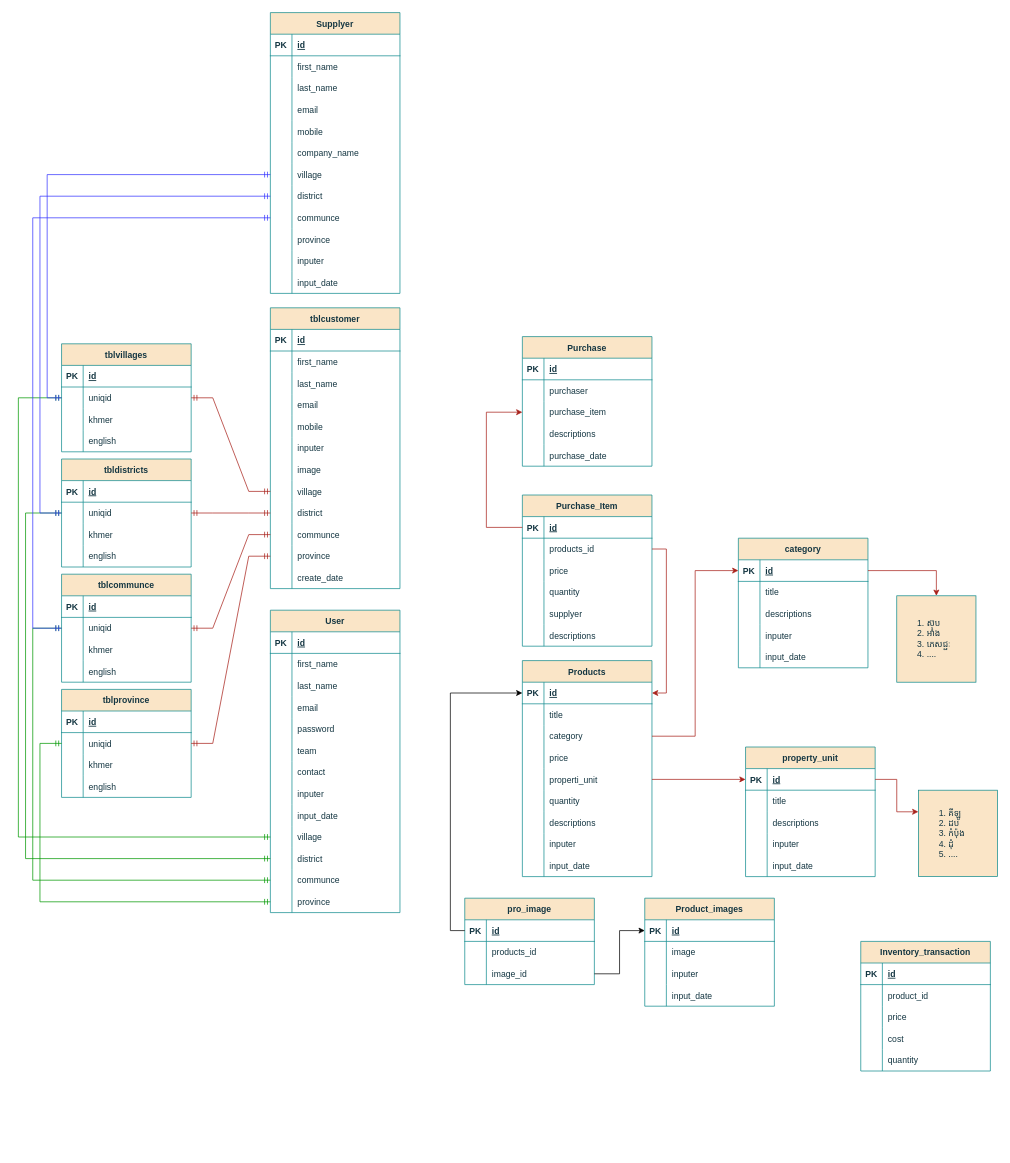
Above: restaurants_online.drawio in Vechet-khem/restaurants_online (draw.io), before the change. Source tidied: cells renumbered, new cells numbered last; positions are measured from the earlier drawing's top-left corner, leaving out a move shared by most shapes. Both pictures are drawn from the tidied source at 72%, with x=0, y=0 at pixel (18, 12).
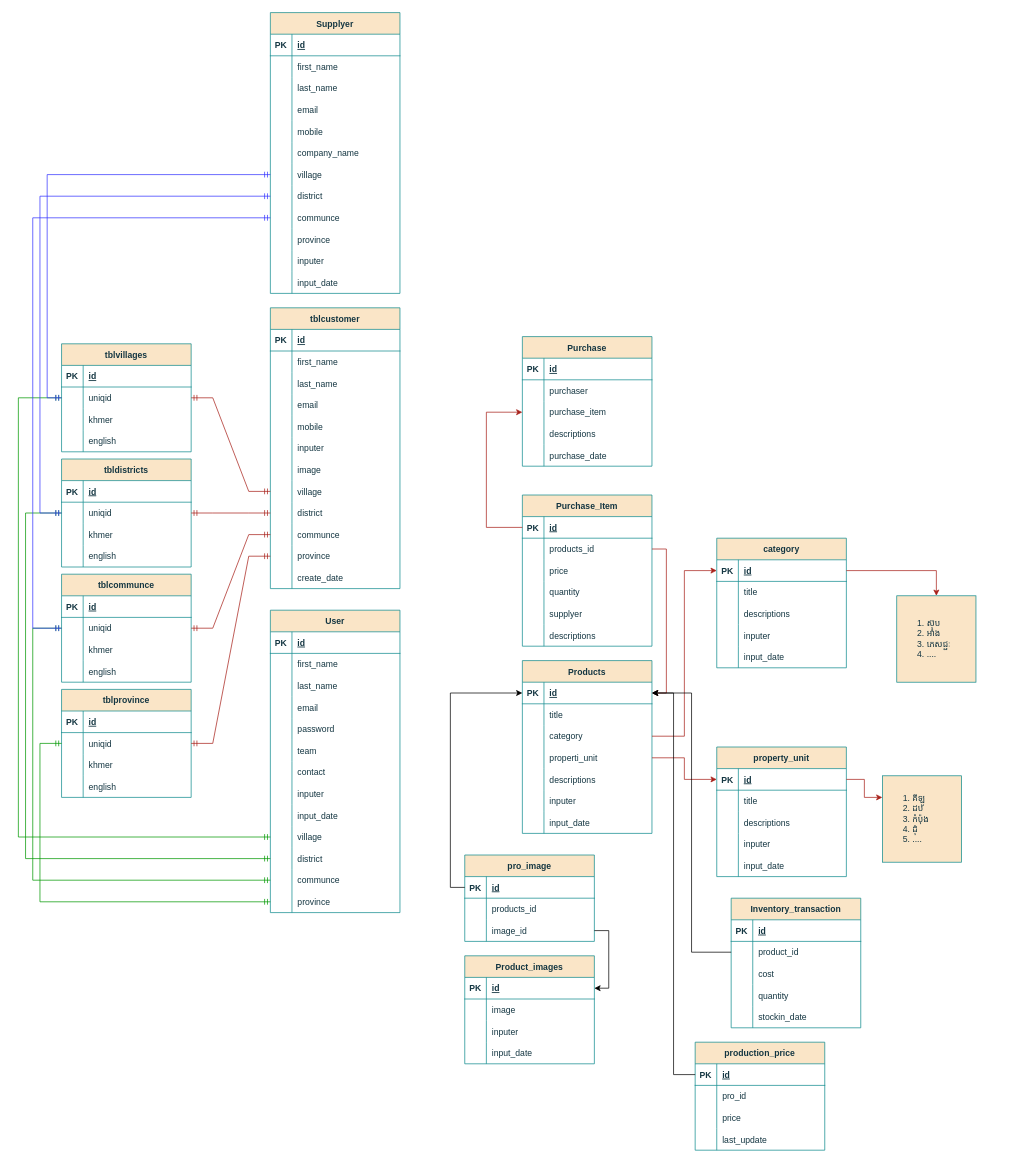
The same page after the edit.

The change refers to these unchanged cells:
```xml
<mxCell id="3" style="shape=tableRow;horizontal=0;startSize=0;swimlaneHead=0;swimlaneBody=0;fillColor=none;points=[[0,0.5],[1,0.5]];portConstraint=eastwest;top=0;left=0;right=0;bottom=1;labelBackgroundColor=none;strokeColor=#0F8B8D;fontColor=#143642;" parent="2" vertex="1">
  <mxGeometry y="30" width="180" height="30" as="geometry" />
</mxCell>
<mxCell id="286" style="shape=tableRow;horizontal=0;startSize=0;swimlaneHead=0;swimlaneBody=0;fillColor=none;points=[[0,0.5],[1,0.5]];portConstraint=eastwest;top=0;left=0;right=0;bottom=0;labelBackgroundColor=none;strokeColor=#0F8B8D;fontColor=#143642;" parent="282" vertex="1">
  <mxGeometry y="60" width="180" height="30" as="geometry" />
</mxCell>
<mxCell id="299" style="shape=tableRow;horizontal=0;startSize=0;swimlaneHead=0;swimlaneBody=0;fillColor=none;points=[[0,0.5],[1,0.5]];portConstraint=eastwest;top=0;left=0;right=0;bottom=1;labelBackgroundColor=none;strokeColor=#0F8B8D;fontColor=#143642;" parent="298" vertex="1">
  <mxGeometry y="30" width="180" height="30" as="geometry" />
</mxCell>
<mxCell id="312" style="shape=tableRow;horizontal=0;startSize=0;swimlaneHead=0;swimlaneBody=0;fillColor=none;points=[[0,0.5],[1,0.5]];portConstraint=eastwest;top=0;left=0;right=0;bottom=1;labelBackgroundColor=none;strokeColor=#0F8B8D;fontColor=#143642;" parent="311" vertex="1">
  <mxGeometry y="30" width="180" height="30" as="geometry" />
</mxCell>
<mxCell id="318" style="shape=tableRow;horizontal=0;startSize=0;swimlaneHead=0;swimlaneBody=0;fillColor=none;points=[[0,0.5],[1,0.5]];portConstraint=eastwest;top=0;left=0;right=0;bottom=0;labelBackgroundColor=none;strokeColor=#0F8B8D;fontColor=#143642;" parent="311" vertex="1">
  <mxGeometry y="90" width="180" height="30" as="geometry" />
</mxCell>
```

What changed in the source:
```diff
@@
     <mxCell id="2" value="Products" style="shape=table;startSize=30;childLayout=tableLayout;rowLines=0;fontStyle=1;align=center;labelBackgroundColor=none;fillColor=#FAE5C7;strokeColor=#0F8B8D;fontColor=#143642;" parent="1" vertex="1">
-      <mxGeometry x="700" y="900" width="180" height="300" as="geometry" />
+      <mxGeometry x="700" y="900" width="180" height="240" as="geometry" />
     </mxCell>
@@
-    <mxCell id="12" style="shape=tableRow;horizontal=0;startSize=0;swimlaneHead=0;swimlaneBody=0;fillColor=none;top=0;left=0;right=0;bottom=0;labelBackgroundColor=none;strokeColor=#0F8B8D;fontColor=#143642;" parent="2" vertex="1">
-      <mxGeometry y="120" width="180" height="30" as="geometry" />
-    </mxCell>
-    <mxCell id="13" style="shape=partialRectangle;fillColor=none;top=0;left=0;bottom=0;right=0;overflow=hidden;labelBackgroundColor=none;strokeColor=#0F8B8D;fontColor=#143642;" parent="12" vertex="1">
-      <mxGeometry width="30" height="30" as="geometry" />
-    </mxCell>
-    <mxCell id="14" value="price" style="shape=partialRectangle;fillColor=none;top=0;left=0;bottom=0;right=0;align=left;spacingLeft=6;overflow=hidden;labelBackgroundColor=none;strokeColor=#0F8B8D;fontColor=#143642;" parent="12" vertex="1">
-      <mxGeometry x="30" width="150" height="30" as="geometry" />
-    </mxCell>
     <mxCell id="15" style="shape=tableRow;horizontal=0;startSize=0;swimlaneHead=0;swimlaneBody=0;fillColor=none;points=[[0,0.5],[1,0.5]];portConstraint=eastwest;top=0;left=0;right=0;bottom=0;labelBackgroundColor=none;strokeColor=#0F8B8D;fontColor=#143642;" parent="2" vertex="1">
-      <mxGeometry y="150" width="180" height="30" as="geometry" />
+      <mxGeometry y="120" width="180" height="30" as="geometry" />
     </mxCell>
@@
-    <mxCell id="18" style="shape=tableRow;horizontal=0;startSize=0;swimlaneHead=0;swimlaneBody=0;fillColor=none;top=0;left=0;right=0;bottom=0;labelBackgroundColor=none;strokeColor=#0F8B8D;fontColor=#143642;" parent="2" vertex="1">
-      <mxGeometry y="180" width="180" height="30" as="geometry" />
-    </mxCell>
-    <mxCell id="19" style="shape=partialRectangle;fillColor=none;top=0;left=0;bottom=0;right=0;overflow=hidden;labelBackgroundColor=none;strokeColor=#0F8B8D;fontColor=#143642;" parent="18" vertex="1">
-      <mxGeometry width="30" height="30" as="geometry" />
-    </mxCell>
-    <mxCell id="20" value="quantity" style="shape=partialRectangle;fillColor=none;top=0;left=0;bottom=0;right=0;align=left;spacingLeft=6;overflow=hidden;labelBackgroundColor=none;strokeColor=#0F8B8D;fontColor=#143642;" parent="18" vertex="1">
-      <mxGeometry x="30" width="150" height="30" as="geometry" />
-    </mxCell>
     <mxCell id="21" style="shape=tableRow;horizontal=0;startSize=0;swimlaneHead=0;swimlaneBody=0;fillColor=none;top=0;left=0;right=0;bottom=0;labelBackgroundColor=none;strokeColor=#0F8B8D;fontColor=#143642;" parent="2" vertex="1">
-      <mxGeometry y="210" width="180" height="30" as="geometry" />
+      <mxGeometry y="150" width="180" height="30" as="geometry" />
     </mxCell>
@@
     <mxCell id="24" style="shape=tableRow;horizontal=0;startSize=0;swimlaneHead=0;swimlaneBody=0;fillColor=none;top=0;left=0;right=0;bottom=0;labelBackgroundColor=none;strokeColor=#0F8B8D;fontColor=#143642;" parent="2" vertex="1">
-      <mxGeometry y="240" width="180" height="30" as="geometry" />
+      <mxGeometry y="180" width="180" height="30" as="geometry" />
     </mxCell>
@@
     <mxCell id="27" style="shape=tableRow;horizontal=0;startSize=0;swimlaneHead=0;swimlaneBody=0;fillColor=none;top=0;left=0;right=0;bottom=0;labelBackgroundColor=none;strokeColor=#0F8B8D;fontColor=#143642;" parent="2" vertex="1">
-      <mxGeometry y="270" width="180" height="30" as="geometry" />
+      <mxGeometry y="210" width="180" height="30" as="geometry" />
     </mxCell>
@@
     <mxCell id="30" value="category" style="shape=table;startSize=30;childLayout=tableLayout;rowLines=0;fontStyle=1;align=center;labelBackgroundColor=none;fillColor=#FAE5C7;strokeColor=#0F8B8D;fontColor=#143642;" parent="1" vertex="1">
-      <mxGeometry x="1000" y="730" width="180" height="180" as="geometry" />
+      <mxGeometry x="970" y="730" width="180" height="180" as="geometry" />
     </mxCell>
@@
     <mxCell id="48" value="property_unit" style="shape=table;startSize=30;childLayout=tableLayout;rowLines=0;fontStyle=1;align=center;labelBackgroundColor=none;fillColor=#FAE5C7;strokeColor=#0F8B8D;fontColor=#143642;" parent="1" vertex="1">
-      <mxGeometry x="1010" y="1020" width="180" height="180" as="geometry" />
+      <mxGeometry x="970" y="1020" width="180" height="180" as="geometry" />
     </mxCell>
@@
     <mxCell id="65" value="&lt;ol&gt;&lt;li&gt;គីឡូ&lt;/li&gt;&lt;li&gt;ដប&lt;/li&gt;&lt;li&gt;កំប៉ុង&lt;/li&gt;&lt;li&gt;ដុំ&lt;/li&gt;&lt;li&gt;....&lt;/li&gt;&lt;/ol&gt;" style="rounded=0;whiteSpace=wrap;html=1;align=left;labelBackgroundColor=none;fillColor=#FAE5C7;strokeColor=#0F8B8D;fontColor=#143642;" parent="1" vertex="1">
-      <mxGeometry x="1250" y="1080" width="110" height="120" as="geometry" />
+      <mxGeometry x="1200" y="1060" width="110" height="120" as="geometry" />
     </mxCell>
@@
     <mxCell id="282" value="Inventory_transaction" style="shape=table;startSize=30;childLayout=tableLayout;rowLines=0;fontStyle=1;align=center;labelBackgroundColor=none;fillColor=#FAE5C7;strokeColor=#0F8B8D;fontColor=#143642;" parent="1" vertex="1">
-      <mxGeometry x="1170" y="1290" width="180" height="180" as="geometry" />
+      <mxGeometry x="990" y="1230" width="180" height="180" as="geometry" />
     </mxCell>
@@
-    <mxCell id="289" style="shape=tableRow;horizontal=0;startSize=0;swimlaneHead=0;swimlaneBody=0;fillColor=none;top=0;left=0;right=0;bottom=0;labelBackgroundColor=none;strokeColor=#0F8B8D;fontColor=#143642;" parent="282" vertex="1">
-      <mxGeometry y="90" width="180" height="30" as="geometry" />
-    </mxCell>
-    <mxCell id="290" style="shape=partialRectangle;fillColor=none;top=0;left=0;bottom=0;right=0;overflow=hidden;labelBackgroundColor=none;strokeColor=#0F8B8D;fontColor=#143642;" parent="289" vertex="1">
-      <mxGeometry width="30" height="30" as="geometry" />
-    </mxCell>
-    <mxCell id="291" value="price" style="shape=partialRectangle;fillColor=none;top=0;left=0;bottom=0;right=0;align=left;spacingLeft=6;overflow=hidden;labelBackgroundColor=none;strokeColor=#0F8B8D;fontColor=#143642;" parent="289" vertex="1">
-      <mxGeometry x="30" width="150" height="30" as="geometry" />
-    </mxCell>
     <mxCell id="292" style="shape=tableRow;horizontal=0;startSize=0;swimlaneHead=0;swimlaneBody=0;fillColor=none;top=0;left=0;right=0;bottom=0;labelBackgroundColor=none;strokeColor=#0F8B8D;fontColor=#143642;" parent="282" vertex="1">
-      <mxGeometry y="120" width="180" height="30" as="geometry" />
+      <mxGeometry y="90" width="180" height="30" as="geometry" />
     </mxCell>
@@
     <mxCell id="295" style="shape=tableRow;horizontal=0;startSize=0;swimlaneHead=0;swimlaneBody=0;fillColor=none;top=0;left=0;right=0;bottom=0;labelBackgroundColor=none;strokeColor=#0F8B8D;fontColor=#143642;" parent="282" vertex="1">
-      <mxGeometry y="150" width="180" height="30" as="geometry" />
+      <mxGeometry y="120" width="180" height="30" as="geometry" />
     </mxCell>
@@
+    <mxCell id="323" style="shape=tableRow;horizontal=0;startSize=0;swimlaneHead=0;swimlaneBody=0;fillColor=none;top=0;left=0;right=0;bottom=0;labelBackgroundColor=none;strokeColor=#0F8B8D;fontColor=#143642;" parent="282" vertex="1">
+      <mxGeometry y="150" width="180" height="30" as="geometry" />
+    </mxCell>
+    <mxCell id="324" style="shape=partialRectangle;fillColor=none;top=0;left=0;bottom=0;right=0;overflow=hidden;labelBackgroundColor=none;strokeColor=#0F8B8D;fontColor=#143642;" parent="323" vertex="1">
+      <mxGeometry width="30" height="30" as="geometry" />
+    </mxCell>
+    <mxCell id="325" value="stockin_date" style="shape=partialRectangle;fillColor=none;top=0;left=0;bottom=0;right=0;align=left;spacingLeft=6;overflow=hidden;labelBackgroundColor=none;strokeColor=#0F8B8D;fontColor=#143642;" parent="323" vertex="1">
+      <mxGeometry x="30" width="150" height="30" as="geometry" />
+    </mxCell>
     <mxCell id="298" value="Product_images" style="shape=table;startSize=30;childLayout=tableLayout;rowLines=0;fontStyle=1;align=center;labelBackgroundColor=none;fillColor=#FAE5C7;strokeColor=#0F8B8D;fontColor=#143642;" parent="1" vertex="1">
-      <mxGeometry x="870" y="1230" width="180" height="150" as="geometry" />
+      <mxGeometry x="620" y="1310" width="180" height="150" as="geometry" />
     </mxCell>
@@
     <mxCell id="311" value="pro_image" style="shape=table;startSize=30;childLayout=tableLayout;rowLines=0;fontStyle=1;align=center;labelBackgroundColor=none;fillColor=#FAE5C7;strokeColor=#0F8B8D;fontColor=#143642;" parent="1" vertex="1">
-      <mxGeometry x="620" y="1230" width="180" height="120" as="geometry" />
+      <mxGeometry x="620" y="1170" width="180" height="120" as="geometry" />
     </mxCell>
@@
+    <mxCell id="322" style="edgeStyle=orthogonalEdgeStyle;rounded=0;jettySize=auto;html=1;entryX=0;entryY=0.5;entryDx=0;entryDy=0;exitX=0;exitY=0.5;exitDx=0;exitDy=0;" parent="1" edge="1" source="312" target="3">
+      <mxGeometry relative="1" as="geometry" />
+    </mxCell>
+    <mxCell id="326" style="edgeStyle=orthogonalEdgeStyle;rounded=0;jettySize=auto;html=1;exitX=0;exitY=0.5;exitDx=0;exitDy=0;entryX=1;entryY=0.5;entryDx=0;entryDy=0;" parent="1" edge="1" source="286" target="3">
+      <mxGeometry relative="1" as="geometry" />
+    </mxCell>
-    <mxCell id="321" style="edgeStyle=orthogonalEdgeStyle;rounded=0;jettySize=auto;html=1;exitX=1;exitY=0.5;exitDx=0;exitDy=0;entryX=0;entryY=0.5;entryDx=0;entryDy=0;" parent="1" edge="1" source="318" target="299">
+    <mxCell id="321" style="edgeStyle=orthogonalEdgeStyle;rounded=0;jettySize=auto;html=1;exitX=1;exitY=0.5;exitDx=0;exitDy=0;entryX=1;entryY=0.5;entryDx=0;entryDy=0;" parent="1" edge="1" source="318" target="299">
       <mxGeometry relative="1" as="geometry" />
     </mxCell>
-    <mxCell id="322" style="edgeStyle=orthogonalEdgeStyle;rounded=0;jettySize=auto;html=1;entryX=0;entryY=0.5;entryDx=0;entryDy=0;exitX=0;exitY=0.5;exitDx=0;exitDy=0;" parent="1" edge="1" source="312" target="3">
-      <mxGeometry relative="1" as="geometry" />
-    </mxCell>
+    <mxCell id="327" value="production_price" style="shape=table;startSize=30;childLayout=tableLayout;rowLines=0;fontStyle=1;align=center;labelBackgroundColor=none;fillColor=#FAE5C7;strokeColor=#0F8B8D;fontColor=#143642;" parent="1" vertex="1">
+      <mxGeometry x="940" y="1430" width="180" height="150" as="geometry" />
+    </mxCell>
+    <mxCell id="328" style="shape=tableRow;horizontal=0;startSize=0;swimlaneHead=0;swimlaneBody=0;fillColor=none;points=[[0,0.5],[1,0.5]];portConstraint=eastwest;top=0;left=0;right=0;bottom=1;labelBackgroundColor=none;strokeColor=#0F8B8D;fontColor=#143642;" parent="327" vertex="1">
+      <mxGeometry y="30" width="180" height="30" as="geometry" />
+    </mxCell>
+    <mxCell id="329" value="PK" style="shape=partialRectangle;fillColor=none;top=0;left=0;bottom=0;right=0;fontStyle=1;overflow=hidden;labelBackgroundColor=none;strokeColor=#0F8B8D;fontColor=#143642;" parent="328" vertex="1">
+      <mxGeometry width="30" height="30" as="geometry" />
+    </mxCell>
+    <mxCell id="330" value="id" style="shape=partialRectangle;fillColor=none;top=0;left=0;bottom=0;right=0;align=left;spacingLeft=6;fontStyle=5;overflow=hidden;labelBackgroundColor=none;strokeColor=#0F8B8D;fontColor=#143642;" parent="328" vertex="1">
+      <mxGeometry x="30" width="150" height="30" as="geometry" />
+    </mxCell>
+    <mxCell id="331" style="shape=tableRow;horizontal=0;startSize=0;swimlaneHead=0;swimlaneBody=0;fillColor=none;top=0;left=0;right=0;bottom=0;labelBackgroundColor=none;strokeColor=#0F8B8D;fontColor=#143642;" parent="327" vertex="1">
+      <mxGeometry y="60" width="180" height="30" as="geometry" />
+    </mxCell>
+    <mxCell id="332" style="shape=partialRectangle;fillColor=none;top=0;left=0;bottom=0;right=0;overflow=hidden;labelBackgroundColor=none;strokeColor=#0F8B8D;fontColor=#143642;" parent="331" vertex="1">
+      <mxGeometry width="30" height="30" as="geometry" />
+    </mxCell>
+    <mxCell id="333" value="pro_id" style="shape=partialRectangle;fillColor=none;top=0;left=0;bottom=0;right=0;align=left;spacingLeft=6;overflow=hidden;labelBackgroundColor=none;strokeColor=#0F8B8D;fontColor=#143642;" parent="331" vertex="1">
+      <mxGeometry x="30" width="150" height="30" as="geometry" />
+    </mxCell>
+    <mxCell id="289" style="shape=tableRow;horizontal=0;startSize=0;swimlaneHead=0;swimlaneBody=0;fillColor=none;top=0;left=0;right=0;bottom=0;labelBackgroundColor=none;strokeColor=#0F8B8D;fontColor=#143642;" parent="327" vertex="1">
+      <mxGeometry y="90" width="180" height="30" as="geometry" />
+    </mxCell>
+    <mxCell id="334" style="shape=partialRectangle;fillColor=none;top=0;left=0;bottom=0;right=0;overflow=hidden;labelBackgroundColor=none;strokeColor=#0F8B8D;fontColor=#143642;" parent="289" vertex="1">
+      <mxGeometry width="30" height="30" as="geometry" />
+    </mxCell>
+    <mxCell id="335" value="price" style="shape=partialRectangle;fillColor=none;top=0;left=0;bottom=0;right=0;align=left;spacingLeft=6;overflow=hidden;labelBackgroundColor=none;strokeColor=#0F8B8D;fontColor=#143642;" parent="289" vertex="1">
+      <mxGeometry x="30" width="150" height="30" as="geometry" />
+    </mxCell>
+    <mxCell id="12" style="shape=tableRow;horizontal=0;startSize=0;swimlaneHead=0;swimlaneBody=0;fillColor=none;top=0;left=0;right=0;bottom=0;labelBackgroundColor=none;strokeColor=#0F8B8D;fontColor=#143642;" parent="327" vertex="1">
+      <mxGeometry y="120" width="180" height="30" as="geometry" />
+    </mxCell>
+    <mxCell id="336" style="shape=partialRectangle;fillColor=none;top=0;left=0;bottom=0;right=0;overflow=hidden;labelBackgroundColor=none;strokeColor=#0F8B8D;fontColor=#143642;" parent="12" vertex="1">
+      <mxGeometry width="30" height="30" as="geometry" />
+    </mxCell>
+    <mxCell id="337" value="last_update" style="shape=partialRectangle;fillColor=none;top=0;left=0;bottom=0;right=0;align=left;spacingLeft=6;overflow=hidden;labelBackgroundColor=none;strokeColor=#0F8B8D;fontColor=#143642;" parent="12" vertex="1">
+      <mxGeometry x="30" width="150" height="30" as="geometry" />
+    </mxCell>
+    <mxCell id="338" style="edgeStyle=orthogonalEdgeStyle;rounded=0;jettySize=auto;html=1;exitX=0;exitY=0.5;exitDx=0;exitDy=0;entryX=1;entryY=0.5;entryDx=0;entryDy=0;" parent="1" edge="1" source="328" target="3">
+      <mxGeometry relative="1" as="geometry" />
+    </mxCell>
```
